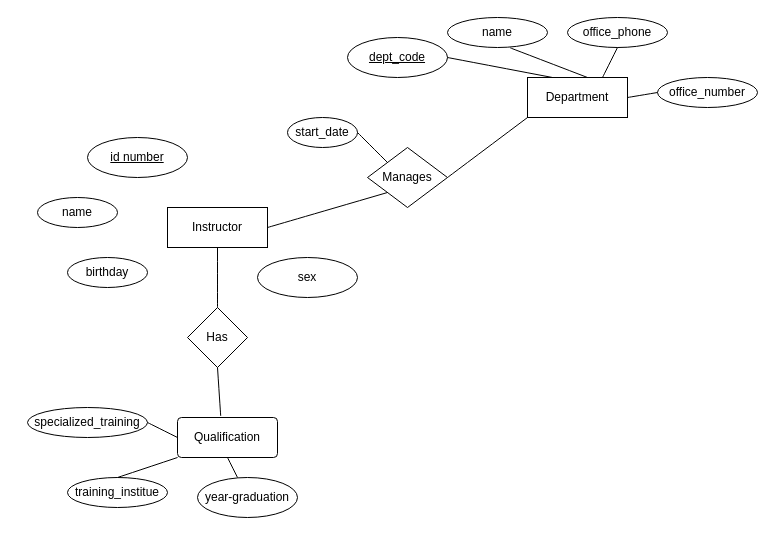
This is Untitled Diagram.drawio from votranngochuu/Database_Summer_2025, a draw.io file, before an edit. Source tidied: cells renumbered, new cells numbered last; positions are measured from the earlier drawing's top-left corner, leaving out a move shared by most shapes. Both pictures are drawn from the tidied source at 100%, with x=0, y=0 at pixel (27, 17).
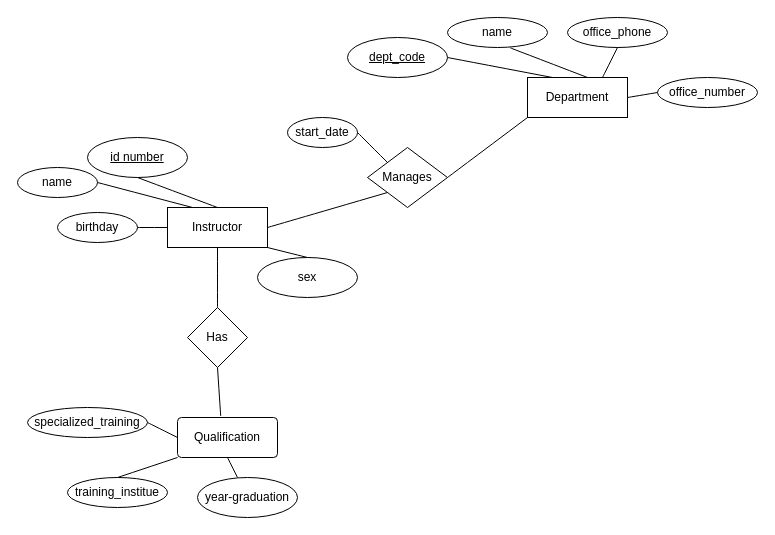
The same diagram, later.

The change refers to these unchanged cells:
```xml
<mxCell id="15" value="Instructor" style="whiteSpace=wrap;html=1;align=center;" parent="1" vertex="1">
  <mxGeometry x="140" y="190" width="100" height="40" as="geometry" />
</mxCell>
<mxCell id="17" value="id number" style="ellipse;whiteSpace=wrap;html=1;align=center;fontStyle=4;" parent="1" vertex="1">
  <mxGeometry x="60" y="120" width="100" height="40" as="geometry" />
</mxCell>
<mxCell id="20" value="sex" style="ellipse;whiteSpace=wrap;html=1;align=center;" parent="1" vertex="1">
  <mxGeometry x="230" y="240" width="100" height="40" as="geometry" />
</mxCell>
```

The edit, as a diff of the source:
```diff
@@
     <mxCell id="18" value="name" style="ellipse;whiteSpace=wrap;html=1;align=center;" parent="1" vertex="1">
-      <mxGeometry x="10" y="180" width="80" height="30" as="geometry" />
+      <mxGeometry x="-10" y="150" width="80" height="30" as="geometry" />
     </mxCell>
     <mxCell id="19" value="birthday" style="ellipse;whiteSpace=wrap;html=1;align=center;" parent="1" vertex="1">
-      <mxGeometry x="40" y="240" width="80" height="30" as="geometry" />
+      <mxGeometry x="30" y="195" width="80" height="30" as="geometry" />
     </mxCell>
@@
+    <mxCell id="31" style="endArrow=none;html=1;rounded=0;fontSize=12;startSize=8;endSize=8;curved=1;entryX=0.5;entryY=1;entryDx=0;entryDy=0;exitX=0.5;exitY=0;exitDx=0;exitDy=0;" parent="1" edge="1" source="15" target="17">
+      <mxGeometry relative="1" as="geometry" />
+    </mxCell>
+    <mxCell id="32" style="endArrow=none;html=1;rounded=0;fontSize=12;startSize=8;endSize=8;curved=1;entryX=0.25;entryY=0;entryDx=0;entryDy=0;exitX=1;exitY=0.5;exitDx=0;exitDy=0;" parent="1" edge="1" source="18" target="15">
+      <mxGeometry relative="1" as="geometry" />
+    </mxCell>
+    <mxCell id="33" style="endArrow=none;html=1;rounded=0;fontSize=12;startSize=8;endSize=8;curved=1;exitX=1;exitY=0.5;exitDx=0;exitDy=0;entryX=0;entryY=0.5;entryDx=0;entryDy=0;" parent="1" edge="1" source="19" target="15">
+      <mxGeometry relative="1" as="geometry" />
+    </mxCell>
+    <mxCell id="34" style="endArrow=none;html=1;rounded=0;fontSize=12;startSize=8;endSize=8;curved=1;entryX=1;entryY=1;entryDx=0;entryDy=0;exitX=0.5;exitY=0;exitDx=0;exitDy=0;" parent="1" edge="1" source="20" target="15">
+      <mxGeometry relative="1" as="geometry" />
+    </mxCell>
```
